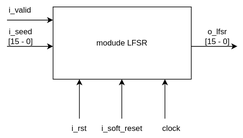
Pw-Nax/TCP keeps this draw.io diagram as TP2/resources/module.drawio.svg. Above is the earlier version. Source tidied: cells renumbered, new cells last; positions are measured from the earlier drawing's top-left corner, leaving out a move shared by most shapes.
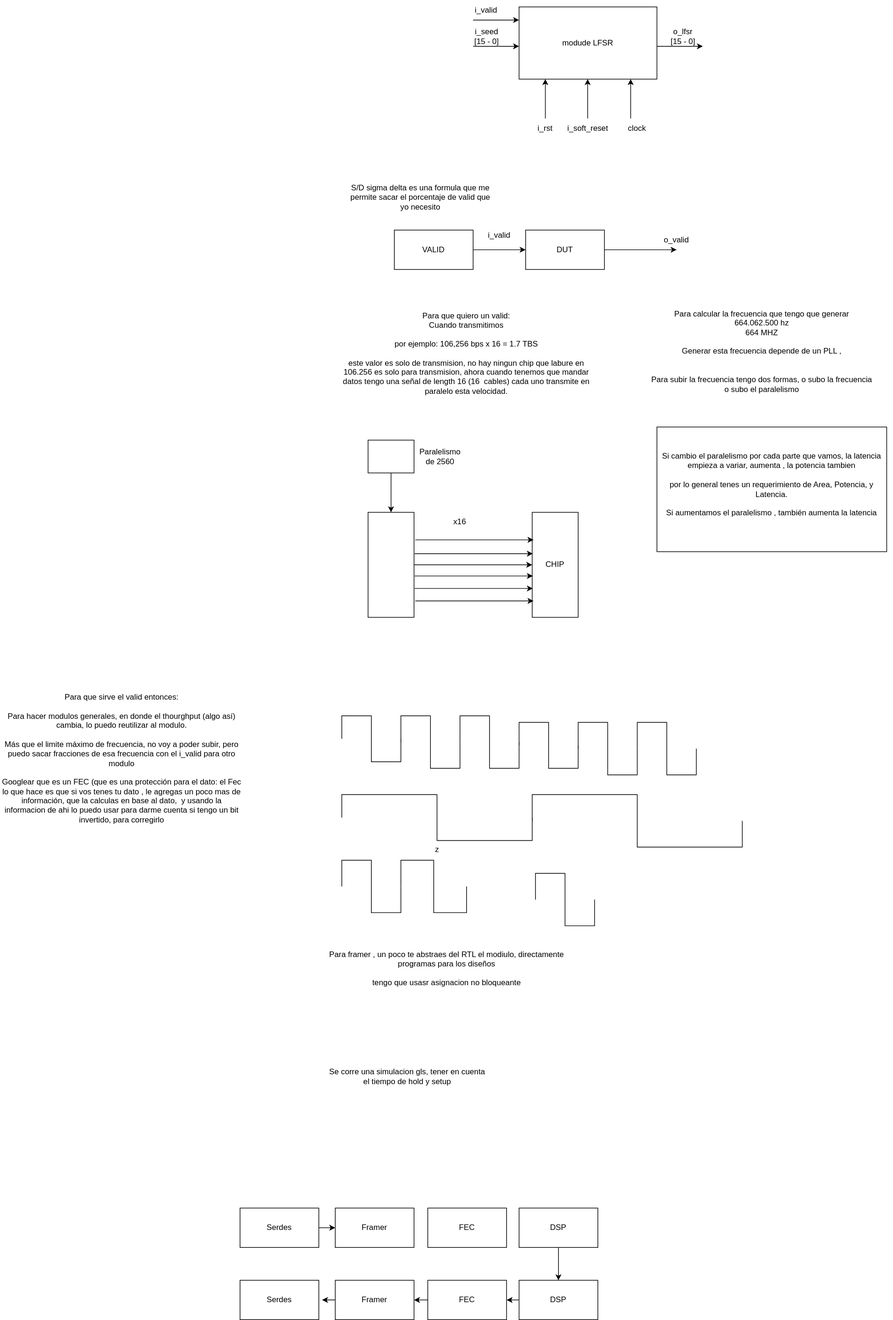
Above is the later version.

What changed in the source:
```diff
@@ -59,5 +59,171 @@
     <mxCell id="14" value="i_soft_reset" style="text;html=1;align=center;verticalAlign=middle;whiteSpace=wrap;rounded=0;" parent="1" vertex="1">
       <mxGeometry x="155" y="180" width="60" height="30" as="geometry" />
     </mxCell>
+    <mxCell id="15" value="S/D sigma delta es una formula que me permite sacar el porcentaje de valid que yo necesito" style="text;html=1;align=center;verticalAlign=middle;whiteSpace=wrap;rounded=0;" parent="1" vertex="1">
+      <mxGeometry x="-180" y="270" width="220" height="60" as="geometry" />
+    </mxCell>
+    <mxCell id="16" style="edgeStyle=none;html=1;exitX=1;exitY=0.5;exitDx=0;exitDy=0;" parent="1" edge="1" source="17">
+      <mxGeometry relative="1" as="geometry">
+        <mxPoint x="320" y="380" as="targetPoint" />
+      </mxGeometry>
+    </mxCell>
+    <mxCell id="17" value="DUT" style="rounded=0;whiteSpace=wrap;html=1;" parent="1" vertex="1">
+      <mxGeometry x="90" y="350" width="120" height="60" as="geometry" />
+    </mxCell>
+    <mxCell id="18" style="edgeStyle=none;html=1;entryX=0;entryY=0.5;entryDx=0;entryDy=0;" parent="1" edge="1" source="19" target="17">
+      <mxGeometry relative="1" as="geometry" />
+    </mxCell>
+    <mxCell id="19" value="VALID" style="rounded=0;whiteSpace=wrap;html=1;" parent="1" vertex="1">
+      <mxGeometry x="-110" y="350" width="120" height="60" as="geometry" />
+    </mxCell>
+    <mxCell id="20" value="o_valid" style="text;html=1;align=center;verticalAlign=middle;whiteSpace=wrap;rounded=0;" parent="1" vertex="1">
+      <mxGeometry x="290" y="350" width="60" height="30" as="geometry" />
+    </mxCell>
+    <mxCell id="21" value="i_valid&lt;div&gt;&lt;br&gt;&lt;/div&gt;" style="text;html=1;align=center;verticalAlign=middle;whiteSpace=wrap;rounded=0;" parent="1" vertex="1">
+      <mxGeometry x="20" y="350" width="60" height="30" as="geometry" />
+    </mxCell>
+    <mxCell id="22" value="Para que quiero un valid:&lt;br&gt;Cuando transmitimos&lt;br&gt;&lt;br&gt;por ejemplo: 106,256 bps x 16 = 1.7 TBS&lt;div&gt;&lt;br&gt;&lt;/div&gt;&lt;div&gt;este valor es solo de transmision, no hay ningun chip que labure en 106.256 es solo para transmision, ahora cuando tenemos que mandar datos tengo una señal de length 16 (16&amp;nbsp; cables) cada uno transmite en paralelo esta velocidad.&amp;nbsp; &amp;nbsp;&lt;br&gt;&lt;div&gt;&lt;br&gt;&lt;/div&gt;&lt;/div&gt;" style="text;html=1;align=center;verticalAlign=middle;whiteSpace=wrap;rounded=0;" parent="1" vertex="1">
+      <mxGeometry x="-190" y="510" width="380" height="70" as="geometry" />
+    </mxCell>
+    <mxCell id="23" value="&lt;div&gt;&lt;div&gt;Para calcular la frecuencia que tengo que generar&lt;/div&gt;&lt;/div&gt;&lt;div&gt;664.062.500 hz&lt;/div&gt;&lt;div&gt;664 MHZ&lt;br&gt;&lt;br&gt;Generar esta frecuencia depende de un PLL ,&amp;nbsp;&lt;br&gt;&lt;br&gt;&lt;br&gt;Para subir la frecuencia tengo dos formas, o subo la frecuencia&lt;br&gt;o subo el paralelismo&amp;nbsp;&lt;/div&gt;" style="text;html=1;align=center;verticalAlign=middle;whiteSpace=wrap;rounded=0;" parent="1" vertex="1">
+      <mxGeometry x="250" y="460" width="400" height="150" as="geometry" />
+    </mxCell>
+    <mxCell id="24" style="edgeStyle=none;html=1;" parent="1" edge="1" source="25" target="27">
+      <mxGeometry relative="1" as="geometry" />
+    </mxCell>
+    <mxCell id="25" style="rounded=0;whiteSpace=wrap;html=1;" parent="1" vertex="1">
+      <mxGeometry x="-150" y="670" width="70" height="50" as="geometry" />
+    </mxCell>
+    <mxCell id="26" style="edgeStyle=none;html=1;entryX=0;entryY=0.5;entryDx=0;entryDy=0;" parent="1" edge="1" source="27" target="28">
+      <mxGeometry relative="1" as="geometry" />
+    </mxCell>
+    <mxCell id="27" style="rounded=0;whiteSpace=wrap;html=1;" parent="1" vertex="1">
+      <mxGeometry x="-150" y="780" width="70" height="160" as="geometry" />
+    </mxCell>
+    <mxCell id="28" value="CHIP" style="rounded=0;whiteSpace=wrap;html=1;" parent="1" vertex="1">
+      <mxGeometry x="100" y="780" width="70" height="160" as="geometry" />
+    </mxCell>
+    <mxCell id="29" style="edgeStyle=none;html=1;entryX=0;entryY=0.5;entryDx=0;entryDy=0;" parent="1" edge="1">
+      <mxGeometry relative="1" as="geometry">
+        <mxPoint x="-79" y="877" as="sourcePoint" />
+        <mxPoint x="101" y="877" as="targetPoint" />
+      </mxGeometry>
+    </mxCell>
+    <mxCell id="30" style="edgeStyle=none;html=1;entryX=0;entryY=0.5;entryDx=0;entryDy=0;" parent="1" edge="1">
+      <mxGeometry relative="1" as="geometry">
+        <mxPoint x="-79" y="896" as="sourcePoint" />
+        <mxPoint x="101" y="896" as="targetPoint" />
+      </mxGeometry>
+    </mxCell>
+    <mxCell id="31" style="edgeStyle=none;html=1;entryX=0;entryY=0.5;entryDx=0;entryDy=0;" parent="1" edge="1">
+      <mxGeometry relative="1" as="geometry">
+        <mxPoint x="-78" y="915" as="sourcePoint" />
+        <mxPoint x="102" y="915" as="targetPoint" />
+      </mxGeometry>
+    </mxCell>
+    <mxCell id="32" style="edgeStyle=none;html=1;entryX=0;entryY=0.5;entryDx=0;entryDy=0;" parent="1" edge="1">
+      <mxGeometry relative="1" as="geometry">
+        <mxPoint x="-79" y="843" as="sourcePoint" />
+        <mxPoint x="101" y="843" as="targetPoint" />
+      </mxGeometry>
+    </mxCell>
+    <mxCell id="33" style="edgeStyle=none;html=1;entryX=0;entryY=0.5;entryDx=0;entryDy=0;" parent="1" edge="1">
+      <mxGeometry relative="1" as="geometry">
+        <mxPoint x="-78" y="822" as="sourcePoint" />
+        <mxPoint x="102" y="822" as="targetPoint" />
+      </mxGeometry>
+    </mxCell>
+    <mxCell id="34" value="x16" style="text;html=1;align=center;verticalAlign=middle;whiteSpace=wrap;rounded=0;" parent="1" vertex="1">
+      <mxGeometry x="-40" y="780" width="60" height="30" as="geometry" />
+    </mxCell>
+    <mxCell id="35" value="Paralelismo de 2560" style="text;html=1;align=center;verticalAlign=middle;whiteSpace=wrap;rounded=0;" parent="1" vertex="1">
+      <mxGeometry x="-70" y="680" width="60" height="30" as="geometry" />
+    </mxCell>
+    <mxCell id="36" value="Si cambio el paralelismo por cada parte que vamos, la latencia empieza a variar, aumenta , la potencia tambien&lt;div&gt;&lt;br&gt;&lt;/div&gt;&lt;div&gt;por lo general tenes un requerimiento de Area, Potencia, y Latencia.&lt;br&gt;&lt;br&gt;Si aumentamos el paralelismo , también aumenta la latencia&lt;br&gt;&lt;br&gt;&amp;nbsp;&lt;/div&gt;" style="rounded=0;whiteSpace=wrap;html=1;" parent="1" vertex="1">
+      <mxGeometry x="290" y="650" width="350" height="190" as="geometry" />
+    </mxCell>
+    <mxCell id="37" value="Para que sirve el valid entonces:&lt;br&gt;&lt;br&gt;Para hacer modulos generales, en donde el thourghput (algo así) cambia, lo puedo reutilizar al modulo.&amp;nbsp;&amp;nbsp;&lt;br&gt;&lt;br&gt;Más que el limite máximo de frecuencia, no voy a poder subir, pero puedo sacar fracciones de esa frecuencia con el i_valid para otro modulo&amp;nbsp;&lt;br&gt;&lt;br&gt;Googlear que es un FEC (que es una protección para el dato: el Fec lo que hace es que si vos tenes tu dato , le agregas un poco mas de información, que la calculas en base al dato,&amp;nbsp; y usando la informacion de ahi lo puedo usar para darme cuenta si tengo un bit invertido, para corregirlo&amp;nbsp;" style="text;html=1;align=center;verticalAlign=middle;whiteSpace=wrap;rounded=0;" parent="1" vertex="1">
+      <mxGeometry x="-710" y="990" width="370" height="330" as="geometry" />
+    </mxCell>
+    <mxCell id="38" style="verticalLabelPosition=bottom;shadow=0;dashed=0;align=center;html=1;verticalAlign=top;shape=mxgraph.electrical.waveforms.square_wave;" parent="1" vertex="1">
+      <mxGeometry x="-190" y="1090" width="90" height="70" as="geometry" />
+    </mxCell>
+    <mxCell id="39" style="verticalLabelPosition=bottom;shadow=0;dashed=0;align=center;html=1;verticalAlign=top;shape=mxgraph.electrical.waveforms.square_wave;" parent="1" vertex="1">
+      <mxGeometry x="-100" y="1090" width="90" height="80" as="geometry" />
+    </mxCell>
+    <mxCell id="40" style="verticalLabelPosition=bottom;shadow=0;dashed=0;align=center;html=1;verticalAlign=top;shape=mxgraph.electrical.waveforms.square_wave;" parent="1" vertex="1">
+      <mxGeometry x="-10" y="1090" width="90" height="80" as="geometry" />
+    </mxCell>
+    <mxCell id="41" style="verticalLabelPosition=bottom;shadow=0;dashed=0;align=center;html=1;verticalAlign=top;shape=mxgraph.electrical.waveforms.square_wave;" parent="1" vertex="1">
+      <mxGeometry x="80" y="1100" width="90" height="70" as="geometry" />
+    </mxCell>
+    <mxCell id="42" style="verticalLabelPosition=bottom;shadow=0;dashed=0;align=center;html=1;verticalAlign=top;shape=mxgraph.electrical.waveforms.square_wave;" parent="1" vertex="1">
+      <mxGeometry x="170" y="1100" width="90" height="80" as="geometry" />
+    </mxCell>
+    <mxCell id="43" style="verticalLabelPosition=bottom;shadow=0;dashed=0;align=center;html=1;verticalAlign=top;shape=mxgraph.electrical.waveforms.square_wave;" parent="1" vertex="1">
+      <mxGeometry x="260" y="1100" width="90" height="80" as="geometry" />
+    </mxCell>
+    <mxCell id="44" value="z" style="verticalLabelPosition=bottom;shadow=0;dashed=0;align=center;html=1;verticalAlign=top;shape=mxgraph.electrical.waveforms.square_wave;" parent="1" vertex="1">
+      <mxGeometry x="-190" y="1210" width="290" height="70" as="geometry" />
+    </mxCell>
+    <mxCell id="45" style="verticalLabelPosition=bottom;shadow=0;dashed=0;align=center;html=1;verticalAlign=top;shape=mxgraph.electrical.waveforms.square_wave;" parent="1" vertex="1">
+      <mxGeometry x="100" y="1210" width="320" height="80" as="geometry" />
+    </mxCell>
+    <mxCell id="46" style="verticalLabelPosition=bottom;shadow=0;dashed=0;align=center;html=1;verticalAlign=top;shape=mxgraph.electrical.waveforms.square_wave;" parent="1" vertex="1">
+      <mxGeometry x="-190" y="1310" width="90" height="80" as="geometry" />
+    </mxCell>
+    <mxCell id="47" style="verticalLabelPosition=bottom;shadow=0;dashed=0;align=center;html=1;verticalAlign=top;shape=mxgraph.electrical.waveforms.square_wave;" parent="1" vertex="1">
+      <mxGeometry x="-100" y="1310" width="100" height="80" as="geometry" />
+    </mxCell>
+    <mxCell id="48" style="verticalLabelPosition=bottom;shadow=0;dashed=0;align=center;html=1;verticalAlign=top;shape=mxgraph.electrical.waveforms.square_wave;" parent="1" vertex="1">
+      <mxGeometry x="105" y="1330" width="90" height="80" as="geometry" />
+    </mxCell>
+    <mxCell id="49" value="Para framer , un poco te abstraes del RTL el modiulo, directamente programas para los diseños&lt;br&gt;&lt;br&gt;tengo que usasr asignacion no bloqueante&amp;nbsp;" style="text;html=1;align=center;verticalAlign=middle;whiteSpace=wrap;rounded=0;" parent="1" vertex="1">
+      <mxGeometry x="-240" y="1360" width="420" height="230" as="geometry" />
+    </mxCell>
+    <mxCell id="50" style="edgeStyle=none;html=1;" parent="1" edge="1" source="51" target="52">
+      <mxGeometry relative="1" as="geometry" />
+    </mxCell>
+    <mxCell id="51" value="Serdes" style="rounded=0;whiteSpace=wrap;html=1;" parent="1" vertex="1">
+      <mxGeometry x="-345" y="1840" width="120" height="60" as="geometry" />
+    </mxCell>
+    <mxCell id="52" value="Framer" style="rounded=0;whiteSpace=wrap;html=1;" parent="1" vertex="1">
+      <mxGeometry x="-200" y="1840" width="120" height="60" as="geometry" />
+    </mxCell>
+    <mxCell id="53" value="FEC" style="rounded=0;whiteSpace=wrap;html=1;" parent="1" vertex="1">
+      <mxGeometry x="-59" y="1840" width="120" height="60" as="geometry" />
+    </mxCell>
+    <mxCell id="54" style="edgeStyle=none;html=1;" parent="1" edge="1" source="55" target="62">
+      <mxGeometry relative="1" as="geometry" />
+    </mxCell>
+    <mxCell id="55" value="DSP" style="rounded=0;whiteSpace=wrap;html=1;" parent="1" vertex="1">
+      <mxGeometry x="80" y="1840" width="120" height="60" as="geometry" />
+    </mxCell>
+    <mxCell id="56" value="Serdes" style="rounded=0;whiteSpace=wrap;html=1;" parent="1" vertex="1">
+      <mxGeometry x="-345" y="1950" width="120" height="60" as="geometry" />
+    </mxCell>
+    <mxCell id="57" style="edgeStyle=none;html=1;exitX=0;exitY=0.5;exitDx=0;exitDy=0;" parent="1" edge="1" source="58">
+      <mxGeometry relative="1" as="geometry">
+        <mxPoint x="-220" y="1979.9" as="targetPoint" />
+      </mxGeometry>
+    </mxCell>
+    <mxCell id="58" value="Framer" style="rounded=0;whiteSpace=wrap;html=1;" parent="1" vertex="1">
+      <mxGeometry x="-200" y="1950" width="120" height="60" as="geometry" />
+    </mxCell>
+    <mxCell id="59" style="edgeStyle=none;html=1;exitX=0;exitY=0.5;exitDx=0;exitDy=0;entryX=1;entryY=0.5;entryDx=0;entryDy=0;" parent="1" edge="1" source="60" target="58">
+      <mxGeometry relative="1" as="geometry" />
+    </mxCell>
+    <mxCell id="60" value="FEC" style="rounded=0;whiteSpace=wrap;html=1;" parent="1" vertex="1">
+      <mxGeometry x="-59" y="1950" width="120" height="60" as="geometry" />
+    </mxCell>
+    <mxCell id="61" style="edgeStyle=none;html=1;exitX=0;exitY=0.5;exitDx=0;exitDy=0;entryX=1;entryY=0.5;entryDx=0;entryDy=0;" parent="1" edge="1" source="62" target="60">
+      <mxGeometry relative="1" as="geometry" />
+    </mxCell>
+    <mxCell id="62" value="DSP" style="rounded=0;whiteSpace=wrap;html=1;" parent="1" vertex="1">
+      <mxGeometry x="80" y="1950" width="120" height="60" as="geometry" />
+    </mxCell>
+    <mxCell id="63" value="Se corre una simulacion gls, tener en cuenta el tiempo de hold y setup&amp;nbsp;" style="text;html=1;align=center;verticalAlign=middle;whiteSpace=wrap;rounded=0;" parent="1" vertex="1">
+      <mxGeometry x="-210" y="1580" width="240" height="120" as="geometry" />
+    </mxCell>
   </root>
 </mxGraphModel>
```
